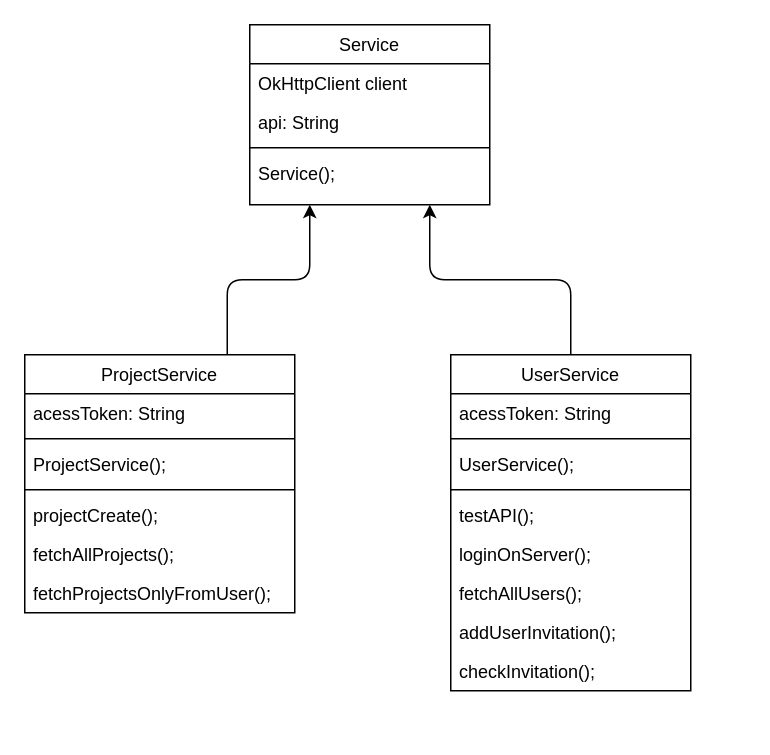
Earlier version of the draw.io diagram page "Service" (2 of 4) of app/DEV docu/Class Diagram.drawio (PongEqualsNPong/swp-2020). Source tidied: cells renumbered, new cells numbered last; positions are measured from the earlier drawing's top-left corner, leaving out a move shared by most shapes. Both pictures are drawn from the tidied source at 150%, with x=0, y=0 at pixel (24, 24).
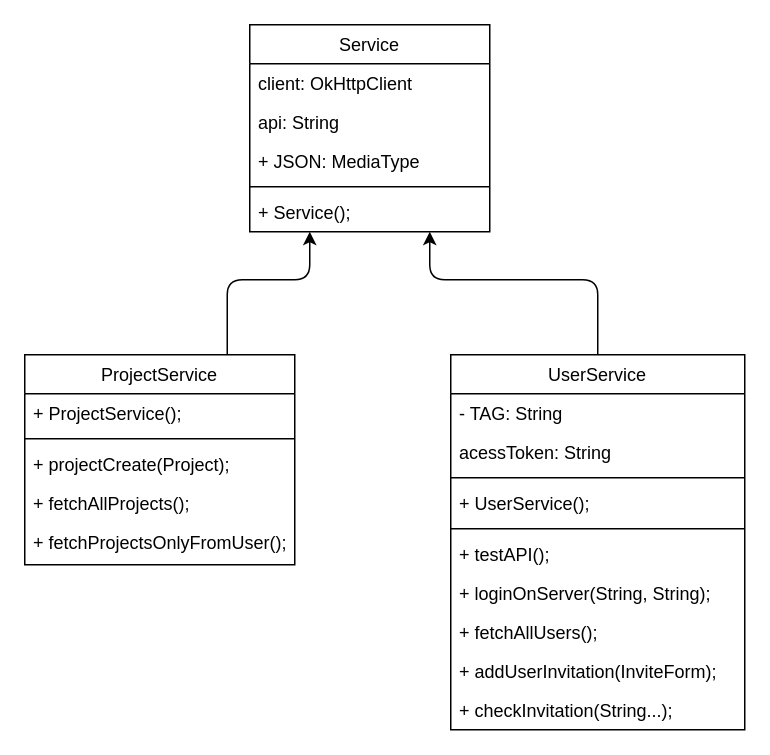
The same diagram, later.

Diff of the diagram source:
```diff
@@
     <mxCell id="2" value="ProjectService" style="swimlane;fontStyle=0;align=center;verticalAlign=top;horizontal=1;startSize=26;rounded=0;shadow=0;strokeWidth=1;" parent="1" vertex="1">
-      <mxGeometry y="220" width="180" height="172" as="geometry" />
+      <mxGeometry y="220" width="180" height="140" as="geometry" />
     </mxCell>
-    <mxCell id="3" value="acessToken: String" style="text;align=left;verticalAlign=top;spacingLeft=4;spacingRight=4;overflow=hidden;" parent="2" vertex="1">
-      <mxGeometry y="26" width="180" height="26" as="geometry" />
-    </mxCell>
-    <mxCell id="4" style="line;html=1;strokeWidth=1;align=left;verticalAlign=middle;spacingTop=-1;spacingLeft=3;spacingRight=3;labelPosition=right;" parent="2" vertex="1">
-      <mxGeometry y="52" width="180" height="8" as="geometry" />
-    </mxCell>
-    <mxCell id="5" value="ProjectService();" style="text;align=left;verticalAlign=top;spacingLeft=4;spacingRight=4;overflow=hidden;" parent="2" vertex="1">
-      <mxGeometry y="60" width="180" height="26" as="geometry" />
+    <mxCell id="5" value="+ ProjectService();" style="text;align=left;verticalAlign=top;spacingLeft=4;spacingRight=4;overflow=hidden;" parent="2" vertex="1">
+      <mxGeometry y="26" width="180" height="26" as="geometry" />
     </mxCell>
     <mxCell id="6" style="line;html=1;strokeWidth=1;align=left;verticalAlign=middle;spacingTop=-1;spacingLeft=3;spacingRight=3;labelPosition=right;" parent="2" vertex="1">
-      <mxGeometry y="86" width="180" height="8" as="geometry" />
+      <mxGeometry y="52" width="180" height="8" as="geometry" />
     </mxCell>
-    <mxCell id="7" value="projectCreate();" style="text;align=left;verticalAlign=top;spacingLeft=4;spacingRight=4;overflow=hidden;" parent="2" vertex="1">
-      <mxGeometry y="94" width="180" height="26" as="geometry" />
+    <mxCell id="7" value="+ projectCreate(Project);" style="text;align=left;verticalAlign=top;spacingLeft=4;spacingRight=4;overflow=hidden;" parent="2" vertex="1">
+      <mxGeometry y="60" width="180" height="26" as="geometry" />
     </mxCell>
-    <mxCell id="8" value="fetchAllProjects();" style="text;align=left;verticalAlign=top;spacingLeft=4;spacingRight=4;overflow=hidden;" parent="2" vertex="1">
-      <mxGeometry y="120" width="180" height="26" as="geometry" />
+    <mxCell id="8" value="+ fetchAllProjects();" style="text;align=left;verticalAlign=top;spacingLeft=4;spacingRight=4;overflow=hidden;" parent="2" vertex="1">
+      <mxGeometry y="86" width="180" height="26" as="geometry" />
     </mxCell>
-    <mxCell id="9" value="fetchProjectsOnlyFromUser();" style="text;align=left;verticalAlign=top;spacingLeft=4;spacingRight=4;overflow=hidden;" parent="2" vertex="1">
-      <mxGeometry y="146" width="180" height="26" as="geometry" />
+    <mxCell id="9" value="+ fetchProjectsOnlyFromUser();" style="text;align=left;verticalAlign=top;spacingLeft=4;spacingRight=4;overflow=hidden;" parent="2" vertex="1">
+      <mxGeometry y="112" width="180" height="26" as="geometry" />
     </mxCell>
     <mxCell id="10" value="Service" style="swimlane;fontStyle=0;align=center;verticalAlign=top;horizontal=1;startSize=26;rounded=0;shadow=0;strokeWidth=1;" parent="1" vertex="1">
-      <mxGeometry x="150" width="160" height="120" as="geometry" />
+      <mxGeometry x="150" width="160" height="138" as="geometry" />
     </mxCell>
-    <mxCell id="11" value="OkHttpClient client" style="text;align=left;verticalAlign=top;spacingLeft=4;spacingRight=4;overflow=hidden;" parent="10" vertex="1">
+    <mxCell id="11" value="client: OkHttpClient" style="text;align=left;verticalAlign=top;spacingLeft=4;spacingRight=4;overflow=hidden;" parent="10" vertex="1">
       <mxGeometry y="26" width="160" height="26" as="geometry" />
     </mxCell>
@@
+    <mxCell id="27" value="+ JSON: MediaType" style="text;align=left;verticalAlign=top;spacingLeft=4;spacingRight=4;overflow=hidden;rounded=0;shadow=0;html=0;" parent="10" vertex="1">
+      <mxGeometry y="78" width="160" height="26" as="geometry" />
+    </mxCell>
     <mxCell id="13" style="line;html=1;strokeWidth=1;align=left;verticalAlign=middle;spacingTop=-1;spacingLeft=3;spacingRight=3;labelPosition=right;" parent="10" vertex="1">
-      <mxGeometry y="78" width="160" height="8" as="geometry" />
+      <mxGeometry y="104" width="160" height="8" as="geometry" />
     </mxCell>
-    <mxCell id="14" value="Service();" style="text;align=left;verticalAlign=top;spacingLeft=4;spacingRight=4;overflow=hidden;" parent="10" vertex="1">
-      <mxGeometry y="86" width="160" height="26" as="geometry" />
+    <mxCell id="14" value="+ Service();" style="text;align=left;verticalAlign=top;spacingLeft=4;spacingRight=4;overflow=hidden;" parent="10" vertex="1">
+      <mxGeometry y="112" width="160" height="26" as="geometry" />
     </mxCell>
@@
     <mxCell id="16" style="endArrow=classic;html=1;exitX=0.5;exitY=0;exitDx=0;exitDy=0;entryX=0.75;entryY=1;entryDx=0;entryDy=0;" parent="1" edge="1" source="17" target="10">
       <mxGeometry relative="1" as="geometry">
         <Array as="points">
-          <mxPoint x="364" y="170" />
+          <mxPoint x="382" y="170" />
           <mxPoint x="270" y="170" />
         </Array>
       </mxGeometry>
     </mxCell>
     <mxCell id="17" value="UserService" style="swimlane;fontStyle=0;align=center;verticalAlign=top;horizontal=1;startSize=26;rounded=0;shadow=0;strokeWidth=1;" parent="1" vertex="1">
-      <mxGeometry x="284" y="220" width="160" height="224" as="geometry" />
+      <mxGeometry x="284" y="220" width="196" height="250" as="geometry" />
     </mxCell>
+    <mxCell id="28" value="- TAG: String" style="text;align=left;verticalAlign=top;spacingLeft=4;spacingRight=4;overflow=hidden;" parent="17" vertex="1">
+      <mxGeometry y="26" width="196" height="26" as="geometry" />
+    </mxCell>
     <mxCell id="18" value="acessToken: String" style="text;align=left;verticalAlign=top;spacingLeft=4;spacingRight=4;overflow=hidden;" parent="17" vertex="1">
-      <mxGeometry y="26" width="160" height="26" as="geometry" />
+      <mxGeometry y="52" width="196" height="26" as="geometry" />
     </mxCell>
     <mxCell id="19" style="line;html=1;strokeWidth=1;align=left;verticalAlign=middle;spacingTop=-1;spacingLeft=3;spacingRight=3;labelPosition=right;" parent="17" vertex="1">
-      <mxGeometry y="52" width="160" height="8" as="geometry" />
+      <mxGeometry y="78" width="196" height="8" as="geometry" />
     </mxCell>
-    <mxCell id="20" value="UserService();" style="text;align=left;verticalAlign=top;spacingLeft=4;spacingRight=4;overflow=hidden;" parent="17" vertex="1">
-      <mxGeometry y="60" width="160" height="26" as="geometry" />
+    <mxCell id="20" value="+ UserService();" style="text;align=left;verticalAlign=top;spacingLeft=4;spacingRight=4;overflow=hidden;" parent="17" vertex="1">
+      <mxGeometry y="86" width="196" height="26" as="geometry" />
     </mxCell>
     <mxCell id="21" style="line;html=1;strokeWidth=1;align=left;verticalAlign=middle;spacingTop=-1;spacingLeft=3;spacingRight=3;labelPosition=right;" parent="17" vertex="1">
-      <mxGeometry y="86" width="160" height="8" as="geometry" />
+      <mxGeometry y="112" width="196" height="8" as="geometry" />
     </mxCell>
-    <mxCell id="22" value="testAPI();" style="text;align=left;verticalAlign=top;spacingLeft=4;spacingRight=4;overflow=hidden;" parent="17" vertex="1">
-      <mxGeometry y="94" width="160" height="26" as="geometry" />
+    <mxCell id="22" value="+ testAPI();" style="text;align=left;verticalAlign=top;spacingLeft=4;spacingRight=4;overflow=hidden;" parent="17" vertex="1">
+      <mxGeometry y="120" width="196" height="26" as="geometry" />
     </mxCell>
-    <mxCell id="23" value="loginOnServer();" style="text;align=left;verticalAlign=top;spacingLeft=4;spacingRight=4;overflow=hidden;" parent="17" vertex="1">
-      <mxGeometry y="120" width="160" height="26" as="geometry" />
+    <mxCell id="23" value="+ loginOnServer(String, String);" style="text;align=left;verticalAlign=top;spacingLeft=4;spacingRight=4;overflow=hidden;" parent="17" vertex="1">
+      <mxGeometry y="146" width="196" height="26" as="geometry" />
     </mxCell>
-    <mxCell id="24" value="fetchAllUsers();" style="text;align=left;verticalAlign=top;spacingLeft=4;spacingRight=4;overflow=hidden;" parent="17" vertex="1">
-      <mxGeometry y="146" width="160" height="26" as="geometry" />
+    <mxCell id="24" value="+ fetchAllUsers();" style="text;align=left;verticalAlign=top;spacingLeft=4;spacingRight=4;overflow=hidden;" parent="17" vertex="1">
+      <mxGeometry y="172" width="196" height="26" as="geometry" />
     </mxCell>
-    <mxCell id="25" value="addUserInvitation();" style="text;align=left;verticalAlign=top;spacingLeft=4;spacingRight=4;overflow=hidden;" parent="17" vertex="1">
-      <mxGeometry y="172" width="160" height="26" as="geometry" />
+    <mxCell id="25" value="+ addUserInvitation(InviteForm);" style="text;align=left;verticalAlign=top;spacingLeft=4;spacingRight=4;overflow=hidden;" parent="17" vertex="1">
+      <mxGeometry y="198" width="196" height="26" as="geometry" />
     </mxCell>
-    <mxCell id="26" value="checkInvitation();" style="text;align=left;verticalAlign=top;spacingLeft=4;spacingRight=4;overflow=hidden;" parent="17" vertex="1">
-      <mxGeometry y="198" width="160" height="26" as="geometry" />
+    <mxCell id="26" value="+ checkInvitation(String...);" style="text;align=left;verticalAlign=top;spacingLeft=4;spacingRight=4;overflow=hidden;" parent="17" vertex="1">
+      <mxGeometry y="224" width="196" height="26" as="geometry" />
     </mxCell>
```
